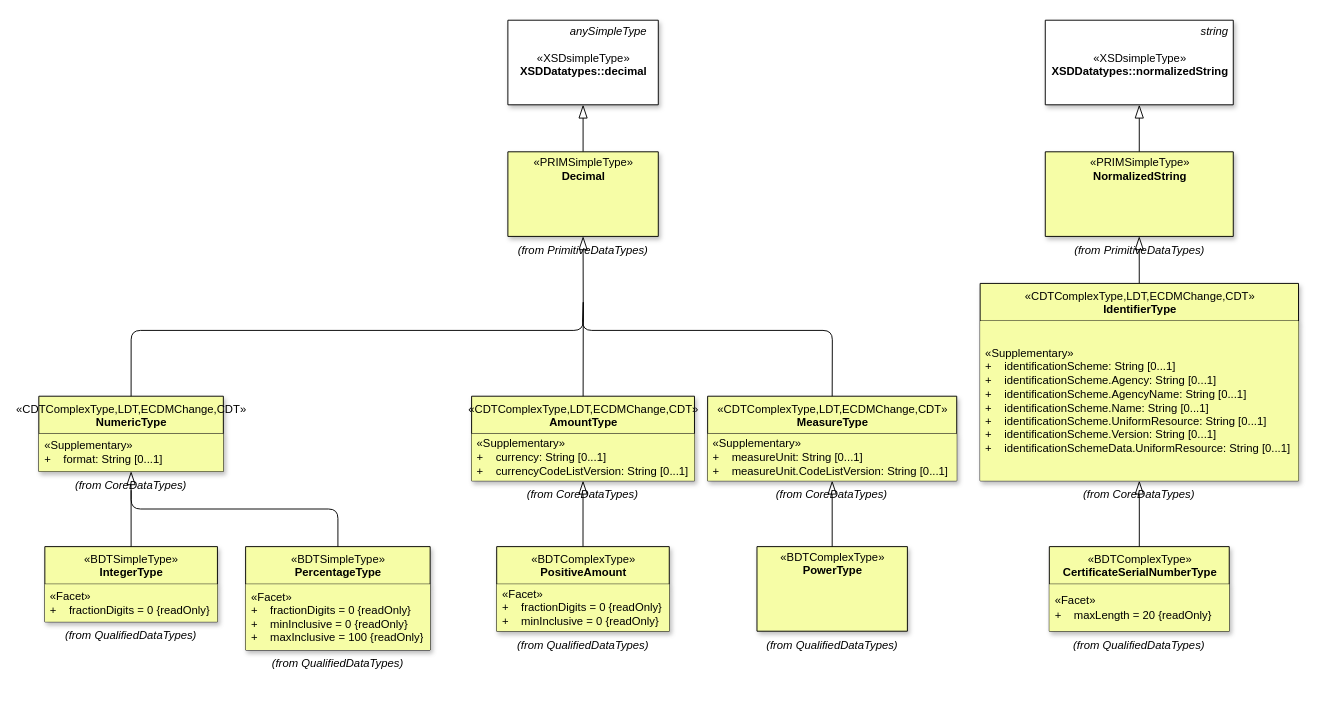
Earlier version of the draw.io diagram OCPP_2.0.1/plantuml/figure_2.drawio (phoi5675/ocpp-markdown). Source tidied: cells renumbered, new cells numbered last; positions are measured from the earlier drawing's top-left corner, leaving out a move shared by most shapes. Both pictures are drawn from the tidied source at 94%, with x=0, y=0 at pixel (37, 20).
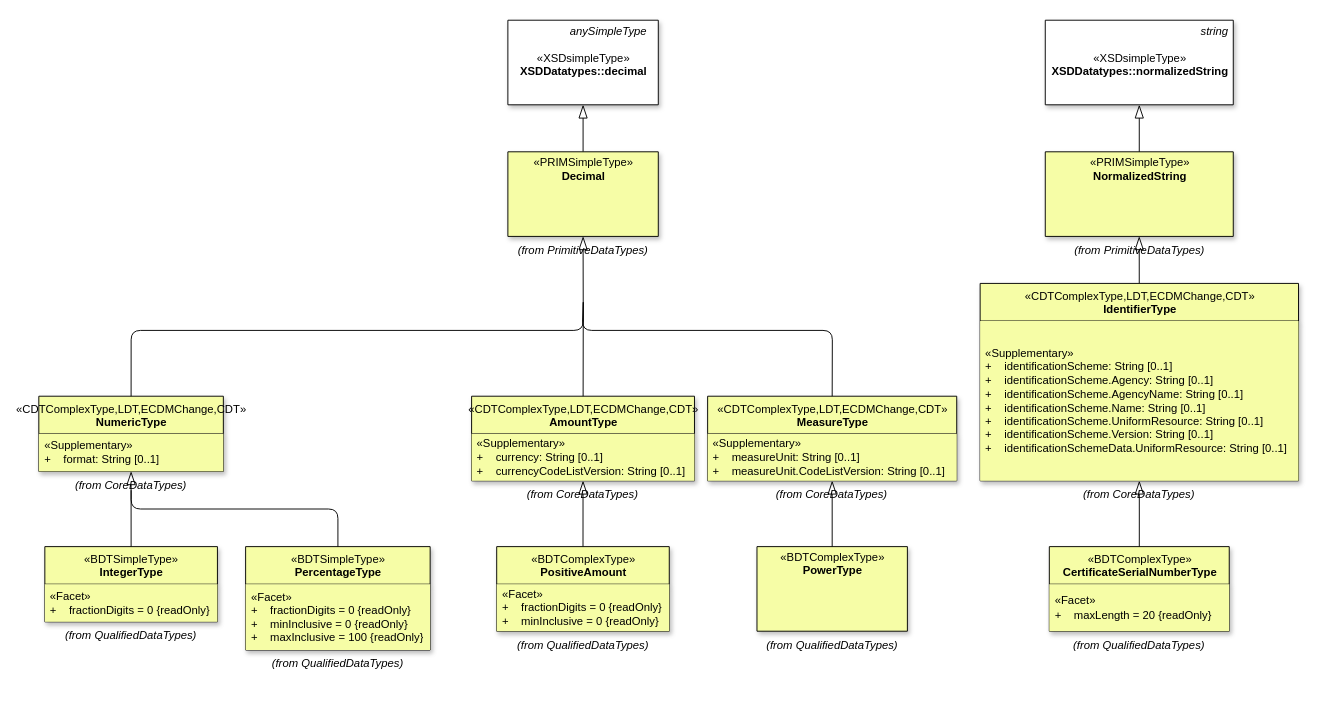
Above is the later version.

Unchanged cells that the change refers to:
```xml
<mxCell id="9" value="&lt;font style=&quot;border-color: var(--border-color); font-size: 12px;&quot;&gt;&lt;font style=&quot;border-color: var(--border-color);&quot;&gt;«C&lt;/font&gt;&lt;font style=&quot;border-color: var(--border-color);&quot;&gt;DTComplexType,LDT,ECDMChange,CDT»&lt;/font&gt;&lt;br style=&quot;border-color: var(--border-color); font-size: 12px;&quot;&gt;&lt;/font&gt;&lt;b style=&quot;border-color: var(--border-color); background-color: initial; font-size: 12px;&quot;&gt;NumericType&lt;/b&gt;" style="swimlane;fontStyle=0;align=center;verticalAlign=top;horizontal=1;startSize=40;html=1;shadow=1;labelBackgroundColor=none;fontFamily=Helvetica;fontSize=12;fillColor=#F6FDA6;" parent="8" vertex="1">
  <mxGeometry x="1.8" width="196.3" height="80" as="geometry" />
</mxCell>
<mxCell id="14" value="&lt;font style=&quot;border-color: var(--border-color); font-size: 12px;&quot;&gt;&lt;font style=&quot;border-color: var(--border-color);&quot;&gt;«C&lt;/font&gt;&lt;font style=&quot;border-color: var(--border-color);&quot;&gt;DTComplexType,LDT,ECDMChange,CDT»&lt;/font&gt;&lt;br style=&quot;border-color: var(--border-color); font-size: 12px;&quot;&gt;&lt;/font&gt;&lt;b style=&quot;border-color: var(--border-color); background-color: initial; font-size: 12px;&quot;&gt;AmountType&lt;/b&gt;" style="swimlane;fontStyle=0;align=center;verticalAlign=top;horizontal=1;startSize=40;html=1;shadow=1;labelBackgroundColor=none;fontFamily=Helvetica;fontSize=12;fillColor=#F6FDA6;" parent="13" vertex="1">
  <mxGeometry x="2.2" width="237.1" height="90" as="geometry" />
</mxCell>
<mxCell id="21" value="&lt;font style=&quot;border-color: var(--border-color); font-size: 12px;&quot;&gt;&lt;font style=&quot;border-color: var(--border-color);&quot;&gt;«C&lt;/font&gt;&lt;font style=&quot;border-color: var(--border-color);&quot;&gt;DTComplexType,LDT,ECDMChange,CDT»&lt;/font&gt;&lt;br style=&quot;border-color: var(--border-color); font-size: 12px;&quot;&gt;&lt;/font&gt;&lt;b style=&quot;border-color: var(--border-color); background-color: initial; font-size: 12px;&quot;&gt;MeasureType&lt;/b&gt;" style="swimlane;fontStyle=0;align=center;verticalAlign=top;horizontal=1;startSize=40;html=1;shadow=1;labelBackgroundColor=none;fontFamily=Helvetica;fontSize=12;fillColor=#F6FDA6;" parent="20" vertex="1">
  <mxGeometry x="2.5" width="265" height="90" as="geometry" />
</mxCell>
<mxCell id="56" value="&lt;font style=&quot;border-color: var(--border-color); font-size: 12px;&quot;&gt;«C&lt;/font&gt;&lt;font style=&quot;border-color: var(--border-color); font-size: 12px;&quot;&gt;DTComplexType,LDT,ECDMChange,CDT»&lt;br style=&quot;border-color: var(--border-color); font-size: 12px;&quot;&gt;&lt;/font&gt;&lt;b style=&quot;border-color: var(--border-color); background-color: initial; font-size: 12px;&quot;&gt;IdentifierType&lt;/b&gt;" style="swimlane;fontStyle=0;align=center;verticalAlign=top;horizontal=1;startSize=40;html=1;shadow=1;labelBackgroundColor=none;fontFamily=Helvetica;fontSize=12;fillColor=#F6FDA6;" parent="55" vertex="1">
  <mxGeometry x="3.2" width="338.7" height="210" as="geometry" />
</mxCell>
```

The edit, as a diff of the source:
```diff
@@
-    <mxCell id="10" value="&lt;span style=&quot;text-align: center; font-size: 12px;&quot;&gt;«&lt;/span&gt;&lt;span style=&quot;border-color: var(--border-color); text-align: center; background-color: initial; font-size: 12px;&quot;&gt;Supplementary&lt;/span&gt;&lt;span style=&quot;text-align: center; font-size: 12px;&quot;&gt;»&lt;/span&gt;&lt;br style=&quot;border-color: var(--border-color); text-align: center; font-size: 12px;&quot;&gt;&lt;span style=&quot;border-color: var(--border-color); text-align: center; background-color: initial; font-size: 12px;&quot;&gt;+&amp;nbsp; &amp;nbsp; format: String [0...1]&lt;/span&gt;" style="text;html=1;strokeColor=none;fillColor=#F6FDA6;align=left;verticalAlign=middle;spacingLeft=4;spacingRight=4;overflow=hidden;shadow=1;labelBackgroundColor=none;fontFamily=Helvetica;fontSize=12;strokeWidth=2;perimeterSpacing=0;" parent="9" vertex="1">
+    <mxCell id="10" value="&lt;span style=&quot;text-align: center; font-size: 12px;&quot;&gt;«&lt;/span&gt;&lt;span style=&quot;border-color: var(--border-color); text-align: center; background-color: initial; font-size: 12px;&quot;&gt;Supplementary&lt;/span&gt;&lt;span style=&quot;text-align: center; font-size: 12px;&quot;&gt;»&lt;/span&gt;&lt;br style=&quot;border-color: var(--border-color); text-align: center; font-size: 12px;&quot;&gt;&lt;span style=&quot;border-color: var(--border-color); text-align: center; background-color: initial; font-size: 12px;&quot;&gt;+&amp;nbsp; &amp;nbsp; format: String [0..1]&lt;/span&gt;" style="text;html=1;strokeColor=none;fillColor=#F6FDA6;align=left;verticalAlign=middle;spacingLeft=4;spacingRight=4;overflow=hidden;shadow=1;labelBackgroundColor=none;fontFamily=Helvetica;fontSize=12;strokeWidth=2;perimeterSpacing=0;" parent="9" vertex="1">
       <mxGeometry y="40" width="196.3" height="40" as="geometry" />
     </mxCell>
@@
-    <mxCell id="15" value="&lt;span style=&quot;text-align: center; font-size: 12px;&quot;&gt;«&lt;/span&gt;&lt;span style=&quot;border-color: var(--border-color); text-align: center; background-color: initial; font-size: 12px;&quot;&gt;Supplementary&lt;/span&gt;&lt;span style=&quot;text-align: center; font-size: 12px;&quot;&gt;»&lt;/span&gt;&lt;br style=&quot;border-color: var(--border-color); text-align: center; font-size: 12px;&quot;&gt;&lt;span style=&quot;border-color: var(--border-color); text-align: center; background-color: initial; font-size: 12px;&quot;&gt;+&amp;nbsp; &amp;nbsp; currency: String [0...1]&lt;br style=&quot;font-size: 12px;&quot;&gt;+&amp;nbsp; &amp;nbsp; currencyCodeListVersion: String [0...1]&lt;br style=&quot;font-size: 12px;&quot;&gt;&lt;/span&gt;" style="text;html=1;strokeColor=none;fillColor=#F6FDA6;align=left;verticalAlign=middle;spacingLeft=4;spacingRight=4;overflow=hidden;shadow=1;labelBackgroundColor=none;fontFamily=Helvetica;fontSize=12;strokeWidth=2;perimeterSpacing=0;" parent="14" vertex="1">
+    <mxCell id="15" value="&lt;span style=&quot;text-align: center; font-size: 12px;&quot;&gt;«&lt;/span&gt;&lt;span style=&quot;border-color: var(--border-color); text-align: center; background-color: initial; font-size: 12px;&quot;&gt;Supplementary&lt;/span&gt;&lt;span style=&quot;text-align: center; font-size: 12px;&quot;&gt;»&lt;/span&gt;&lt;br style=&quot;border-color: var(--border-color); text-align: center; font-size: 12px;&quot;&gt;&lt;span style=&quot;border-color: var(--border-color); text-align: center; background-color: initial; font-size: 12px;&quot;&gt;+&amp;nbsp; &amp;nbsp; currency: String [0..1]&lt;br style=&quot;font-size: 12px;&quot;&gt;+&amp;nbsp; &amp;nbsp; currencyCodeListVersion: String [0..1]&lt;br style=&quot;font-size: 12px;&quot;&gt;&lt;/span&gt;" style="text;html=1;strokeColor=none;fillColor=#F6FDA6;align=left;verticalAlign=middle;spacingLeft=4;spacingRight=4;overflow=hidden;shadow=1;labelBackgroundColor=none;fontFamily=Helvetica;fontSize=12;strokeWidth=2;perimeterSpacing=0;" parent="14" vertex="1">
       <mxGeometry y="40" width="237.1" height="50" as="geometry" />
     </mxCell>
@@
-    <mxCell id="22" value="&lt;span style=&quot;text-align: center; font-size: 12px;&quot;&gt;«&lt;/span&gt;&lt;span style=&quot;border-color: var(--border-color); text-align: center; background-color: initial; font-size: 12px;&quot;&gt;Supplementary&lt;/span&gt;&lt;span style=&quot;text-align: center; font-size: 12px;&quot;&gt;»&lt;/span&gt;&lt;br style=&quot;border-color: var(--border-color); text-align: center; font-size: 12px;&quot;&gt;&lt;span style=&quot;border-color: var(--border-color); text-align: center; background-color: initial; font-size: 12px;&quot;&gt;+&amp;nbsp; &amp;nbsp; measureUnit: String [0...1]&lt;br style=&quot;font-size: 12px;&quot;&gt;+&amp;nbsp; &amp;nbsp; measureUnit.CodeListVersion: String [0...1]&lt;br style=&quot;font-size: 12px;&quot;&gt;&lt;/span&gt;" style="text;html=1;strokeColor=none;fillColor=#F6FDA6;align=left;verticalAlign=middle;spacingLeft=4;spacingRight=4;overflow=hidden;shadow=1;labelBackgroundColor=none;fontFamily=Helvetica;fontSize=12;strokeWidth=2;perimeterSpacing=0;" parent="21" vertex="1">
+    <mxCell id="22" value="&lt;span style=&quot;text-align: center; font-size: 12px;&quot;&gt;«&lt;/span&gt;&lt;span style=&quot;border-color: var(--border-color); text-align: center; background-color: initial; font-size: 12px;&quot;&gt;Supplementary&lt;/span&gt;&lt;span style=&quot;text-align: center; font-size: 12px;&quot;&gt;»&lt;/span&gt;&lt;br style=&quot;border-color: var(--border-color); text-align: center; font-size: 12px;&quot;&gt;&lt;span style=&quot;border-color: var(--border-color); text-align: center; background-color: initial; font-size: 12px;&quot;&gt;+&amp;nbsp; &amp;nbsp; measureUnit: String [0..1]&lt;br style=&quot;font-size: 12px;&quot;&gt;+&amp;nbsp; &amp;nbsp; measureUnit.CodeListVersion: String [0..1]&lt;br style=&quot;font-size: 12px;&quot;&gt;&lt;/span&gt;" style="text;html=1;strokeColor=none;fillColor=#F6FDA6;align=left;verticalAlign=middle;spacingLeft=4;spacingRight=4;overflow=hidden;shadow=1;labelBackgroundColor=none;fontFamily=Helvetica;fontSize=12;strokeWidth=2;perimeterSpacing=0;" parent="21" vertex="1">
       <mxGeometry y="40" width="265" height="50" as="geometry" />
     </mxCell>
@@
-    <mxCell id="57" value="&lt;span style=&quot;text-align: center; font-size: 12px;&quot;&gt;«&lt;/span&gt;&lt;span style=&quot;border-color: var(--border-color); text-align: center; background-color: initial; font-size: 12px;&quot;&gt;Supplementary&lt;/span&gt;&lt;span style=&quot;text-align: center; font-size: 12px;&quot;&gt;»&lt;/span&gt;&lt;br style=&quot;border-color: var(--border-color); text-align: center; font-size: 12px;&quot;&gt;&lt;span style=&quot;border-color: var(--border-color); text-align: center; background-color: initial; font-size: 12px;&quot;&gt;+&amp;nbsp; &amp;nbsp; identificationScheme: String [0...1]&lt;br style=&quot;font-size: 12px;&quot;&gt;+&amp;nbsp; &amp;nbsp; identificationScheme.Agency: String [0...1]&lt;br style=&quot;font-size: 12px;&quot;&gt;+&amp;nbsp; &amp;nbsp; identificationScheme.AgencyName: String [0...1]&lt;br style=&quot;font-size: 12px;&quot;&gt;+&amp;nbsp; &amp;nbsp; identificationScheme.Name: String [0...1]&lt;br style=&quot;font-size: 12px;&quot;&gt;+&amp;nbsp; &amp;nbsp; identificationScheme.UniformResource: String [0...1]&lt;br style=&quot;font-size: 12px;&quot;&gt;+&amp;nbsp; &amp;nbsp; identificationScheme.Version: String [0...1]&lt;br style=&quot;font-size: 12px;&quot;&gt;+&amp;nbsp; &amp;nbsp; identificationSchemeData.UniformResource: String [0...1]&lt;br style=&quot;font-size: 12px;&quot;&gt;&lt;/span&gt;" style="text;html=1;strokeColor=none;fillColor=#F6FDA6;align=left;verticalAlign=middle;spacingLeft=4;spacingRight=4;overflow=hidden;shadow=1;labelBackgroundColor=none;fontFamily=Helvetica;fontSize=12;strokeWidth=2;perimeterSpacing=0;" parent="56" vertex="1">
+    <mxCell id="57" value="&lt;span style=&quot;text-align: center; font-size: 12px;&quot;&gt;«&lt;/span&gt;&lt;span style=&quot;border-color: var(--border-color); text-align: center; background-color: initial; font-size: 12px;&quot;&gt;Supplementary&lt;/span&gt;&lt;span style=&quot;text-align: center; font-size: 12px;&quot;&gt;»&lt;/span&gt;&lt;br style=&quot;border-color: var(--border-color); text-align: center; font-size: 12px;&quot;&gt;&lt;span style=&quot;border-color: var(--border-color); text-align: center; background-color: initial; font-size: 12px;&quot;&gt;+&amp;nbsp; &amp;nbsp; identificationScheme: String [0..1]&lt;br style=&quot;font-size: 12px;&quot;&gt;+&amp;nbsp; &amp;nbsp; identificationScheme.Agency: String [0..1]&lt;br style=&quot;font-size: 12px;&quot;&gt;+&amp;nbsp; &amp;nbsp; identificationScheme.AgencyName: String [0..1]&lt;br style=&quot;font-size: 12px;&quot;&gt;+&amp;nbsp; &amp;nbsp; identificationScheme.Name: String [0..1]&lt;br style=&quot;font-size: 12px;&quot;&gt;+&amp;nbsp; &amp;nbsp; identificationScheme.UniformResource: String [0..1]&lt;br style=&quot;font-size: 12px;&quot;&gt;+&amp;nbsp; &amp;nbsp; identificationScheme.Version: String [0..1]&lt;br style=&quot;font-size: 12px;&quot;&gt;+&amp;nbsp; &amp;nbsp; identificationSchemeData.UniformResource: String [0..1]&lt;br style=&quot;font-size: 12px;&quot;&gt;&lt;/span&gt;" style="text;html=1;strokeColor=none;fillColor=#F6FDA6;align=left;verticalAlign=middle;spacingLeft=4;spacingRight=4;overflow=hidden;shadow=1;labelBackgroundColor=none;fontFamily=Helvetica;fontSize=12;strokeWidth=2;perimeterSpacing=0;" parent="56" vertex="1">
       <mxGeometry y="40" width="338.7" height="170" as="geometry" />
     </mxCell>
```
